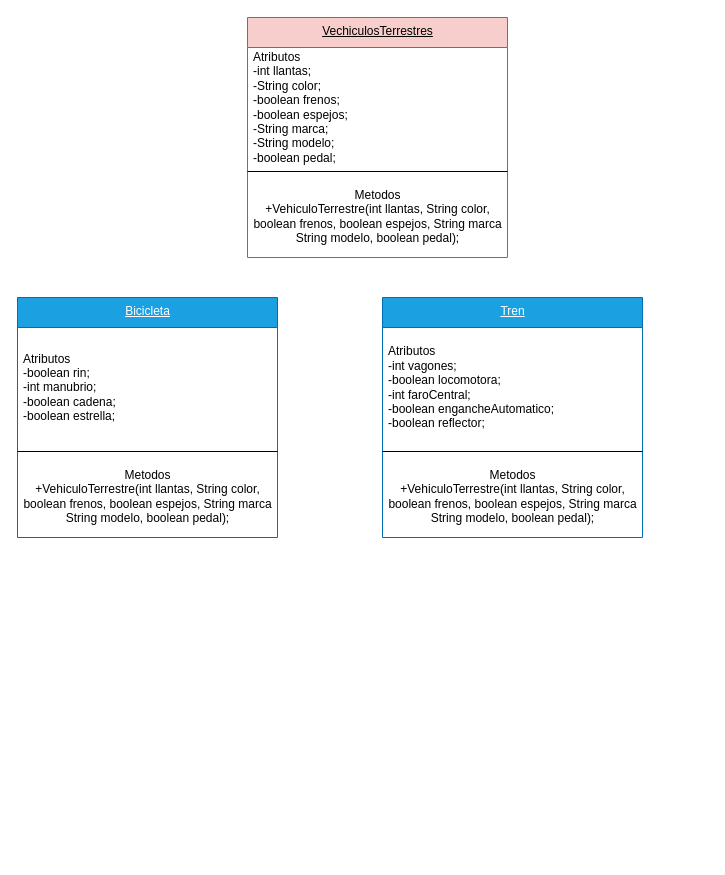
Above: practica7.drawio in alan-carrasco/Pr-ctica (draw.io), before the change. Source tidied: cells renumbered, new cells numbered last; positions are measured from the earlier drawing's top-left corner, leaving out a move shared by most shapes. Both pictures are drawn from the tidied source at 100%, with x=0, y=0 at pixel (17, 17).
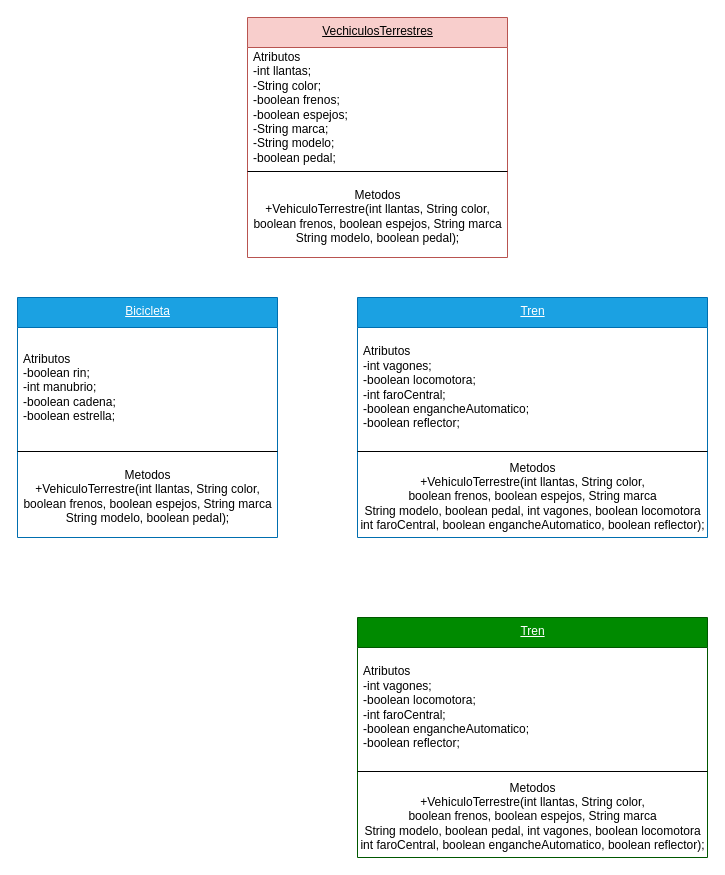
After the change.

Diff of the diagram source:
```diff
@@
 <mxGraphModel>
   <root>
     <mxCell id="0" />
     <mxCell id="1" parent="0" />
     <mxCell id="2" value="Bicicleta" style="swimlane;fontStyle=4;align=center;verticalAlign=top;horizontal=1;startSize=30;html=1;fillColor=#1ba1e2;strokeColor=#006EAF;fontColor=#ffffff;" parent="1" vertex="1">
       <mxGeometry y="280" width="260" height="240" as="geometry" />
     </mxCell>
     <mxCell id="3" value="&lt;div&gt;Atributos&lt;/div&gt;&lt;div&gt;-boolean rin;&lt;/div&gt;&lt;div&gt;-&lt;span style=&quot;white-space: pre&quot;&gt;&lt;/span&gt;int manubrio;&lt;/div&gt;&lt;div&gt;-boolean cadena;&lt;/div&gt;&lt;div&gt;-boolean estrella;&lt;/div&gt;" style="html=1;strokeColor=none;fillColor=none;align=left;verticalAlign=middle;spacingLeft=4;spacingRight=4;" parent="2" vertex="1">
       <mxGeometry y="30" width="260" height="120" as="geometry" />
     </mxCell>
     <mxCell id="4" style="line;strokeWidth=1;fillColor=none;align=left;verticalAlign=middle;spacingTop=-1;spacingLeft=3;spacingRight=3;labelPosition=right;" parent="2" vertex="1">
       <mxGeometry y="150" width="260" height="8" as="geometry" />
     </mxCell>
     <mxCell id="5" value="&lt;div&gt;Metodos&lt;/div&gt;&lt;div&gt;+VehiculoTerrestre(int llantas, String color, &lt;br&gt;boolean frenos, boolean espejos, String marca&lt;br&gt;String modelo, boolean pedal);&lt;br&gt;&lt;/div&gt;" style="html=1;strokeColor=none;fillColor=none;align=center;verticalAlign=middle;spacingLeft=4;spacingRight=4;" parent="2" vertex="1">
       <mxGeometry y="158" width="260" height="82" as="geometry" />
     </mxCell>
     <mxCell id="6" value="VechiculosTerrestres" style="swimlane;fontStyle=4;align=center;verticalAlign=top;horizontal=1;startSize=30;html=1;fillColor=#f8cecc;strokeColor=#b85450;" parent="1" vertex="1">
       <mxGeometry x="230" width="260" height="240" as="geometry" />
     </mxCell>
     <mxCell id="7" value="&lt;div&gt;Atributos&lt;/div&gt;&lt;div&gt;-int llantas;&lt;/div&gt;&lt;div&gt;-&lt;span style=&quot;white-space: pre&quot;&gt;&lt;/span&gt;String color;&lt;/div&gt;&lt;div&gt;-boolean frenos;&lt;/div&gt;&lt;div&gt;-boolean espejos;&lt;/div&gt;&lt;div&gt;-String marca;&lt;/div&gt;&lt;div&gt;-String modelo;&lt;/div&gt;&lt;div&gt;-boolean pedal;&lt;br&gt;&lt;/div&gt;" style="html=1;strokeColor=none;fillColor=none;align=left;verticalAlign=middle;spacingLeft=4;spacingRight=4;" parent="6" vertex="1">
       <mxGeometry y="30" width="260" height="120" as="geometry" />
     </mxCell>
     <mxCell id="8" style="line;strokeWidth=1;fillColor=none;align=left;verticalAlign=middle;spacingTop=-1;spacingLeft=3;spacingRight=3;labelPosition=right;" parent="6" vertex="1">
       <mxGeometry y="150" width="260" height="8" as="geometry" />
     </mxCell>
     <mxCell id="9" value="&lt;div&gt;Metodos&lt;/div&gt;&lt;div&gt;+VehiculoTerrestre(int llantas, String color, &lt;br&gt;boolean frenos, boolean espejos, String marca&lt;br&gt;String modelo, boolean pedal);&lt;br&gt;&lt;/div&gt;" style="html=1;strokeColor=none;fillColor=none;align=center;verticalAlign=middle;spacingLeft=4;spacingRight=4;" parent="6" vertex="1">
       <mxGeometry y="158" width="260" height="82" as="geometry" />
     </mxCell>
     <mxCell id="10" value="Tren" style="swimlane;fontStyle=4;align=center;verticalAlign=top;horizontal=1;startSize=30;html=1;fillColor=#1ba1e2;strokeColor=#006EAF;fontColor=#ffffff;" parent="1" vertex="1">
-      <mxGeometry x="365" y="280" width="260" height="240" as="geometry" />
+      <mxGeometry x="340" y="280" width="350" height="240" as="geometry" />
     </mxCell>
     <mxCell id="11" value="&lt;div&gt;Atributos&lt;/div&gt;&lt;div&gt;-int vagones;&lt;/div&gt;&lt;div&gt;-&lt;span style=&quot;white-space: pre&quot;&gt;&lt;/span&gt;boolean locomotora;&lt;/div&gt;&lt;div&gt;-int faroCentral;&lt;/div&gt;&lt;div&gt;-boolean engancheAutomatico;&lt;/div&gt;&lt;div&gt;-boolean reflector;&lt;/div&gt;" style="html=1;strokeColor=none;fillColor=none;align=left;verticalAlign=middle;spacingLeft=4;spacingRight=4;" parent="10" vertex="1">
-      <mxGeometry y="30" width="260" height="120" as="geometry" />
+      <mxGeometry y="30" width="350" height="120" as="geometry" />
     </mxCell>
     <mxCell id="12" style="line;strokeWidth=1;fillColor=none;align=left;verticalAlign=middle;spacingTop=-1;spacingLeft=3;spacingRight=3;labelPosition=right;" parent="10" vertex="1">
-      <mxGeometry y="150" width="260" height="8" as="geometry" />
+      <mxGeometry y="150" width="350" height="8" as="geometry" />
     </mxCell>
-    <mxCell id="13" value="&lt;div&gt;Metodos&lt;/div&gt;&lt;div&gt;+VehiculoTerrestre(int llantas, String color, &lt;br&gt;boolean frenos, boolean espejos, String marca&lt;br&gt;String modelo, boolean pedal);&lt;br&gt;&lt;/div&gt;" style="html=1;strokeColor=none;fillColor=none;align=center;verticalAlign=middle;spacingLeft=4;spacingRight=4;" parent="10" vertex="1">
-      <mxGeometry y="158" width="260" height="82" as="geometry" />
+    <mxCell id="13" value="&lt;div&gt;Metodos&lt;/div&gt;&lt;div&gt;+VehiculoTerrestre(int llantas, String color, &lt;br&gt;boolean frenos, boolean espejos, String marca&lt;br&gt;String modelo, boolean pedal, int vagones, boolean locomotora&lt;br&gt;int faroCentral, boolean engancheAutomatico, boolean reflector);&lt;br&gt;&lt;/div&gt;" style="html=1;strokeColor=none;fillColor=none;align=center;verticalAlign=middle;spacingLeft=4;spacingRight=4;" parent="10" vertex="1">
+      <mxGeometry y="158" width="350" height="82" as="geometry" />
     </mxCell>
+    <mxCell id="14" value="Tren" style="swimlane;fontStyle=4;align=center;verticalAlign=top;horizontal=1;startSize=30;html=1;fillColor=#008a00;strokeColor=#005700;fontColor=#ffffff;" parent="1" vertex="1">
+      <mxGeometry x="340" y="600" width="350" height="240" as="geometry" />
+    </mxCell>
+    <mxCell id="15" value="&lt;div&gt;Atributos&lt;/div&gt;&lt;div&gt;-int vagones;&lt;/div&gt;&lt;div&gt;-&lt;span style=&quot;white-space: pre&quot;&gt;&lt;/span&gt;boolean locomotora;&lt;/div&gt;&lt;div&gt;-int faroCentral;&lt;/div&gt;&lt;div&gt;-boolean engancheAutomatico;&lt;/div&gt;&lt;div&gt;-boolean reflector;&lt;/div&gt;" style="html=1;strokeColor=none;fillColor=none;align=left;verticalAlign=middle;spacingLeft=4;spacingRight=4;" parent="14" vertex="1">
+      <mxGeometry y="30" width="350" height="120" as="geometry" />
+    </mxCell>
+    <mxCell id="16" style="line;strokeWidth=1;fillColor=none;align=left;verticalAlign=middle;spacingTop=-1;spacingLeft=3;spacingRight=3;labelPosition=right;" parent="14" vertex="1">
+      <mxGeometry y="150" width="350" height="8" as="geometry" />
+    </mxCell>
+    <mxCell id="17" value="&lt;div&gt;Metodos&lt;/div&gt;&lt;div&gt;+VehiculoTerrestre(int llantas, String color, &lt;br&gt;boolean frenos, boolean espejos, String marca&lt;br&gt;String modelo, boolean pedal, int vagones, boolean locomotora&lt;br&gt;int faroCentral, boolean engancheAutomatico, boolean reflector);&lt;br&gt;&lt;/div&gt;" style="html=1;strokeColor=none;fillColor=none;align=center;verticalAlign=middle;spacingLeft=4;spacingRight=4;" parent="14" vertex="1">
+      <mxGeometry y="158" width="350" height="82" as="geometry" />
+    </mxCell>
   </root>
 </mxGraphModel>
```
